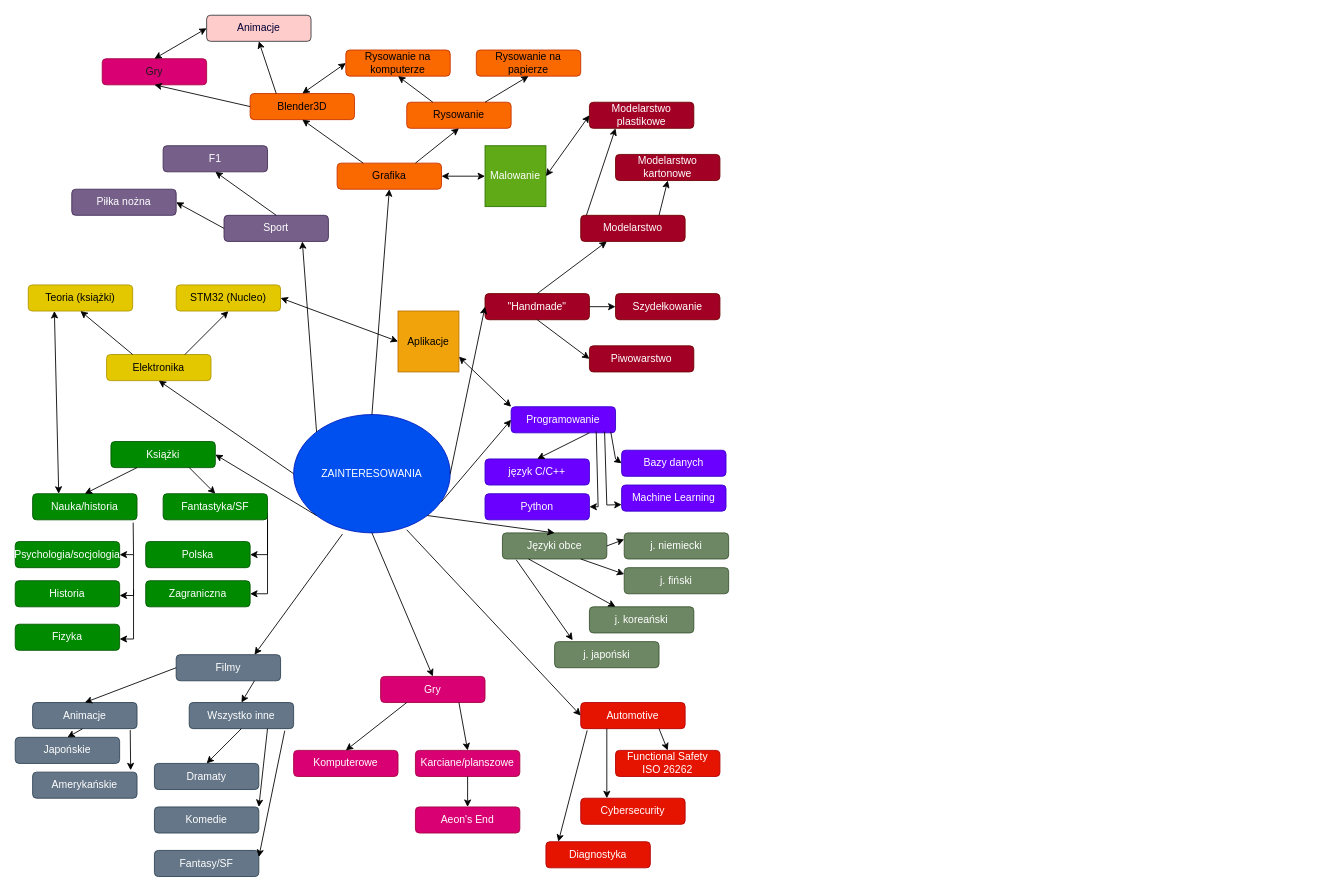
The draw.io diagram Diagram bez tytułu.drawio in Dexmo-7/myWarmingUp, before the edit. Source tidied: cells renumbered, new cells numbered last; positions are measured from the earlier drawing's top-left corner, leaving out a move shared by most shapes. Both pictures are drawn from the tidied source at 87%, with x=0, y=0 at pixel (15, 15).
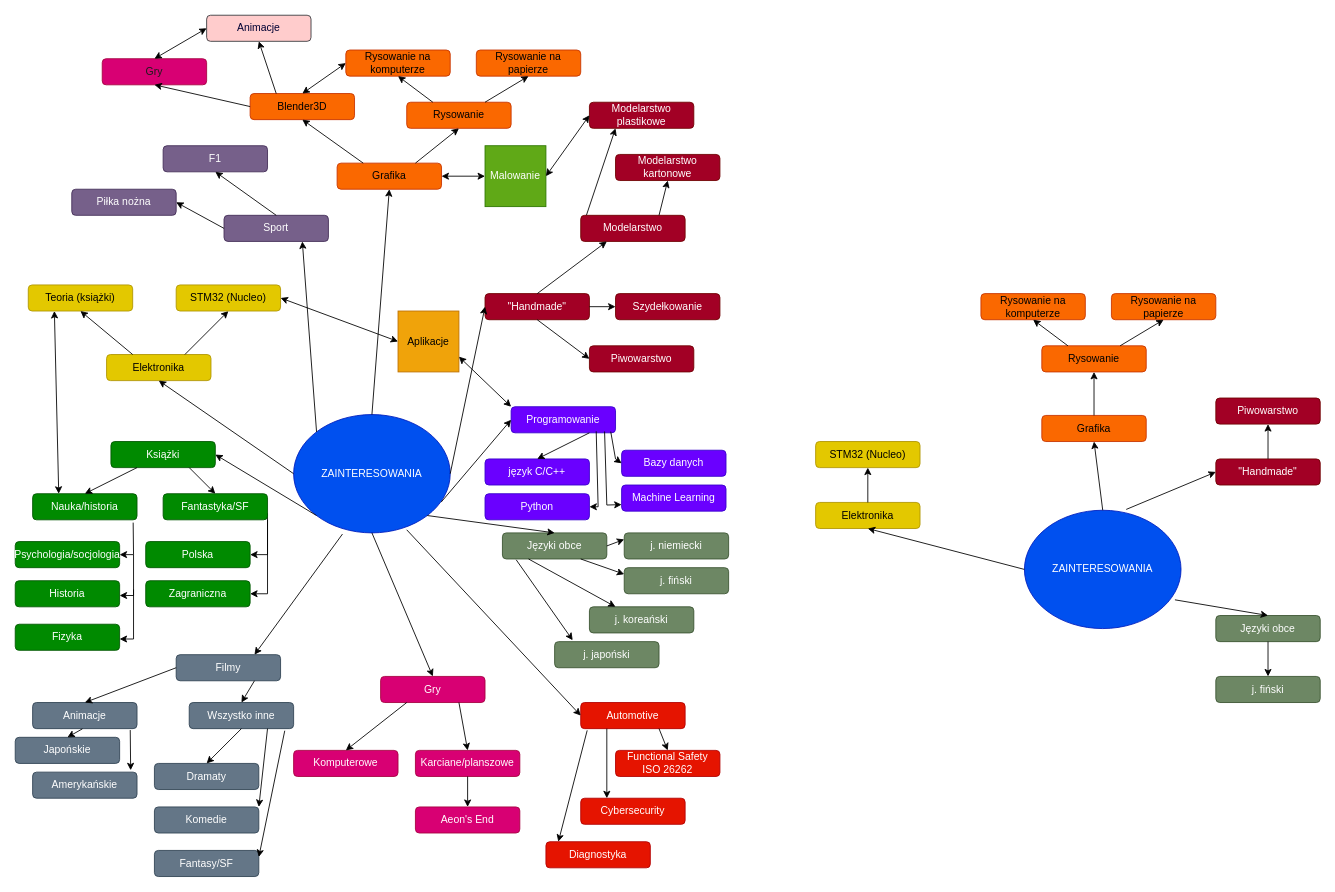
The same diagram, later.

What changed in the source:
```diff
@@
+    <mxCell id="119" value="ZAINTERESOWANIA" style="ellipse;whiteSpace=wrap;html=1;fillColor=#0050ef;strokeColor=#001DBC;fontColor=#ffffff;" parent="1" vertex="1">
+      <mxGeometry x="1160" y="569" width="180" height="136" as="geometry" />
+    </mxCell>
+    <mxCell id="120" value="Języki obce" style="rounded=1;whiteSpace=wrap;html=1;fillColor=#6d8764;fontColor=#ffffff;strokeColor=#3A5431;" parent="1" vertex="1">
+      <mxGeometry x="1380" y="690" width="120" height="30" as="geometry" />
+    </mxCell>
+    <mxCell id="121" style="endArrow=classic;html=1;rounded=0;entryX=0.5;entryY=0;entryDx=0;entryDy=0;exitX=0.961;exitY=0.757;exitDx=0;exitDy=0;exitPerimeter=0;" parent="1" edge="1" source="119" target="120">
+      <mxGeometry relative="1" as="geometry" />
+    </mxCell>
+    <mxCell id="122" value="j. fiński" style="rounded=1;whiteSpace=wrap;html=1;fillColor=#6d8764;fontColor=#ffffff;strokeColor=#3A5431;" parent="1" vertex="1">
+      <mxGeometry x="1380" y="760" width="120" height="30" as="geometry" />
+    </mxCell>
+    <mxCell id="123" style="endArrow=classic;html=1;rounded=0;entryX=0.5;entryY=0;entryDx=0;entryDy=0;exitX=0.5;exitY=1;exitDx=0;exitDy=0;" parent="1" edge="1" source="120" target="122">
+      <mxGeometry relative="1" as="geometry" />
+    </mxCell>
+    <mxCell id="124" value="&quot;Handmade&quot;" style="rounded=1;whiteSpace=wrap;html=1;fillColor=#a20025;fontColor=#ffffff;strokeColor=#6F0000;" parent="1" vertex="1">
+      <mxGeometry x="1380" y="510" width="120" height="30" as="geometry" />
+    </mxCell>
+    <mxCell id="125" style="endArrow=classic;html=1;rounded=0;entryX=0;entryY=0.5;entryDx=0;entryDy=0;exitX=0.65;exitY=-0.007;exitDx=0;exitDy=0;exitPerimeter=0;" parent="1" edge="1" source="119" target="124">
+      <mxGeometry relative="1" as="geometry" />
+    </mxCell>
+    <mxCell id="126" value="Piwowarstwo" style="rounded=1;whiteSpace=wrap;html=1;fillColor=#a20025;fontColor=#ffffff;strokeColor=#6F0000;" parent="1" vertex="1">
+      <mxGeometry x="1380" y="440" width="120" height="30" as="geometry" />
+    </mxCell>
+    <mxCell id="127" style="endArrow=classic;html=1;rounded=0;entryX=0.5;entryY=1;entryDx=0;entryDy=0;exitX=0.5;exitY=0;exitDx=0;exitDy=0;" parent="1" edge="1" source="124" target="126">
+      <mxGeometry relative="1" as="geometry" />
+    </mxCell>
+    <mxCell id="128" value="Grafika" style="rounded=1;whiteSpace=wrap;html=1;fillColor=#fa6800;fontColor=#000000;strokeColor=#C73500;" parent="1" vertex="1">
+      <mxGeometry x="1180" y="460" width="120" height="30" as="geometry" />
+    </mxCell>
+    <mxCell id="129" style="endArrow=classic;html=1;rounded=0;entryX=0.5;entryY=1;entryDx=0;entryDy=0;exitX=0.5;exitY=0;exitDx=0;exitDy=0;" parent="1" edge="1" source="119" target="128">
+      <mxGeometry relative="1" as="geometry" />
+    </mxCell>
+    <mxCell id="130" value="Rysowanie" style="rounded=1;whiteSpace=wrap;html=1;fillColor=#fa6800;fontColor=#000000;strokeColor=#C73500;" parent="1" vertex="1">
+      <mxGeometry x="1180" y="380" width="120" height="30" as="geometry" />
+    </mxCell>
+    <mxCell id="131" style="endArrow=classic;html=1;rounded=0;entryX=0.5;entryY=1;entryDx=0;entryDy=0;exitX=0.5;exitY=0;exitDx=0;exitDy=0;" parent="1" edge="1" source="128" target="130">
+      <mxGeometry relative="1" as="geometry" />
+    </mxCell>
+    <mxCell id="132" value="Rysowanie na papierze" style="rounded=1;whiteSpace=wrap;html=1;fillColor=#fa6800;fontColor=#000000;strokeColor=#C73500;" parent="1" vertex="1">
+      <mxGeometry x="1260" y="320" width="120" height="30" as="geometry" />
+    </mxCell>
+    <mxCell id="133" value="Rysowanie na komputerze" style="rounded=1;whiteSpace=wrap;html=1;fillColor=#fa6800;fontColor=#000000;strokeColor=#C73500;" parent="1" vertex="1">
+      <mxGeometry x="1110" y="320" width="120" height="30" as="geometry" />
+    </mxCell>
+    <mxCell id="134" style="endArrow=classic;html=1;rounded=0;entryX=0.5;entryY=1;entryDx=0;entryDy=0;exitX=0.75;exitY=0;exitDx=0;exitDy=0;" parent="1" edge="1" source="130" target="132">
+      <mxGeometry relative="1" as="geometry" />
+    </mxCell>
+    <mxCell id="135" style="endArrow=classic;html=1;rounded=0;entryX=0.5;entryY=1;entryDx=0;entryDy=0;exitX=0.25;exitY=0;exitDx=0;exitDy=0;" parent="1" edge="1" source="130" target="133">
+      <mxGeometry relative="1" as="geometry" />
+    </mxCell>
+    <mxCell id="136" value="Elektronika" style="rounded=1;whiteSpace=wrap;html=1;fillColor=#e3c800;fontColor=#000000;strokeColor=#B09500;" parent="1" vertex="1">
+      <mxGeometry x="920" y="560" width="120" height="30" as="geometry" />
+    </mxCell>
+    <mxCell id="137" style="endArrow=classic;html=1;rounded=0;exitX=0;exitY=0.5;exitDx=0;exitDy=0;entryX=0.5;entryY=1;entryDx=0;entryDy=0;" parent="1" edge="1" source="119" target="136">
+      <mxGeometry relative="1" as="geometry" />
+    </mxCell>
+    <mxCell id="138" style="endArrow=classic;html=1;rounded=0;entryX=0.5;entryY=1;entryDx=0;entryDy=0;exitX=0.5;exitY=0;exitDx=0;exitDy=0;" parent="1" edge="1" source="136" target="139">
+      <mxGeometry relative="1" as="geometry" />
+    </mxCell>
+    <mxCell id="139" value="STM32 (Nucleo)" style="rounded=1;whiteSpace=wrap;html=1;fillColor=#e3c800;fontColor=#000000;strokeColor=#B09500;" parent="1" vertex="1">
+      <mxGeometry x="920" y="490" width="120" height="30" as="geometry" />
+    </mxCell>
```
